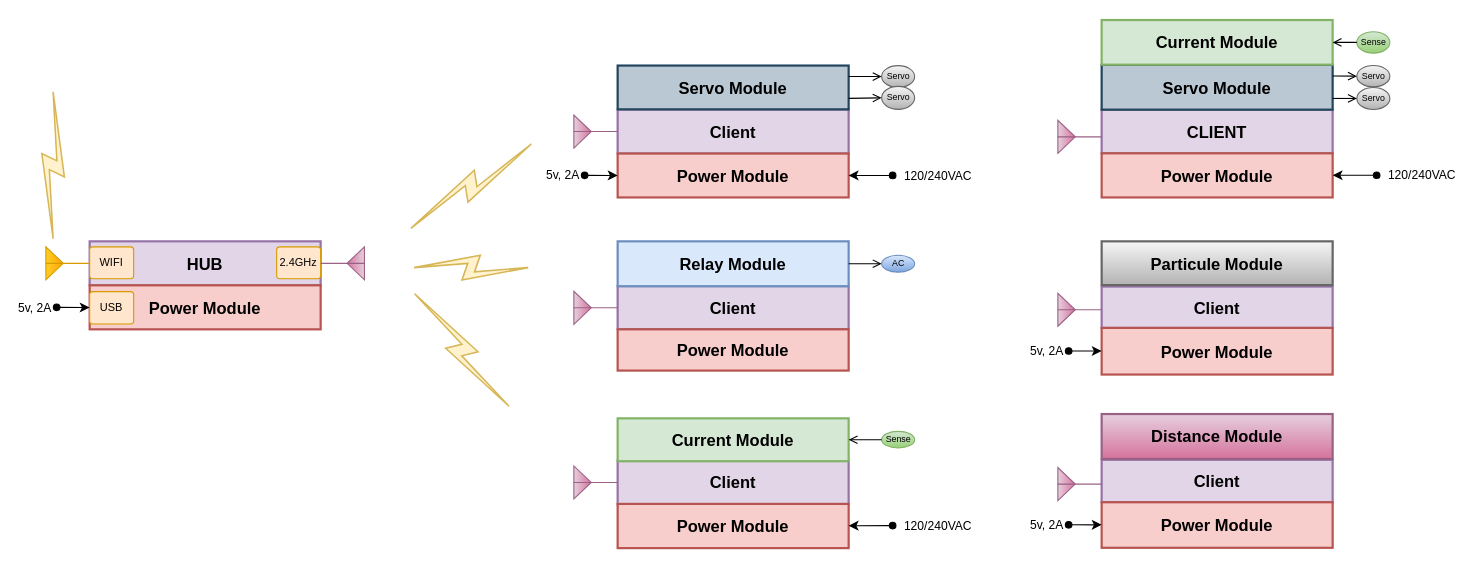
This is page "System Design" (2 of 8) of system_design.drawio from crgmakes/aquarius-design, a draw.io file, before an edit. Source tidied: cells renumbered, new cells numbered last; positions are measured from the earlier drawing's top-left corner, leaving out a move shared by most shapes. Both pictures are drawn from the tidied source at 110%, with x=0, y=0 at pixel (-21, 20).
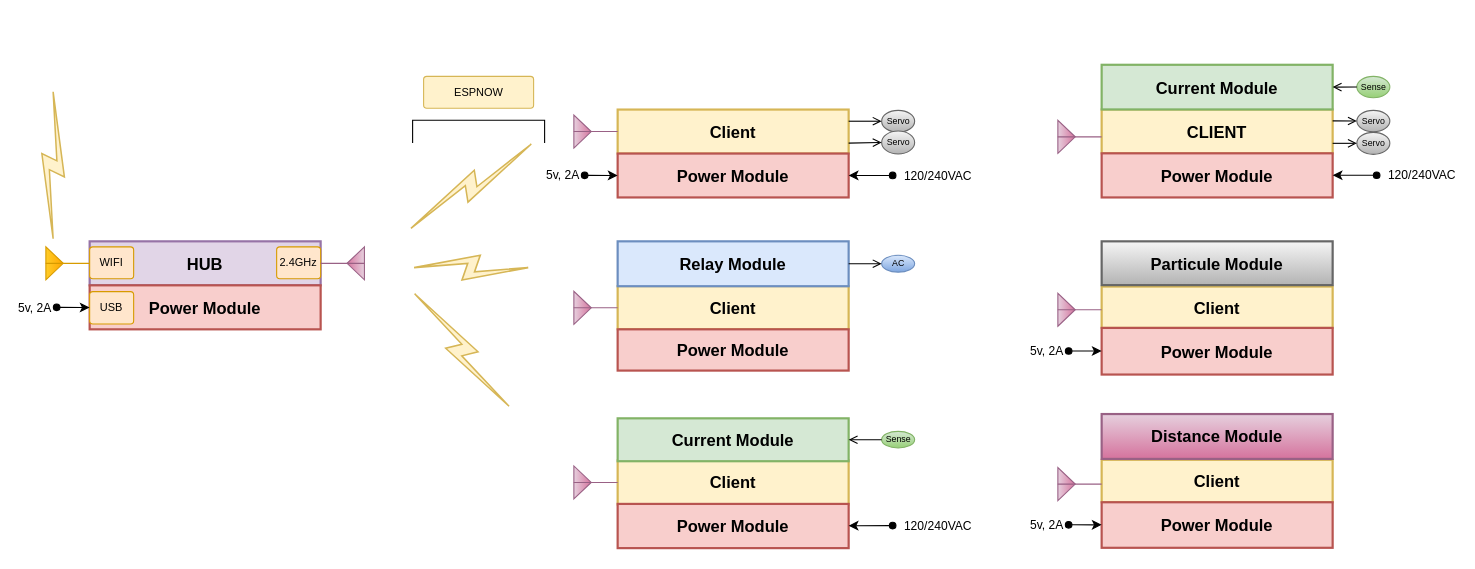
The same diagram, later.

Diff of the diagram source:
```diff
@@
-    <mxCell id="11" value="Client" style="rounded=0;whiteSpace=wrap;html=1;fillColor=#e1d5e7;strokeWidth=2;fontStyle=1;fontFamily=Caros;fontSize=15;verticalAlign=middle;strokeColor=#9673a6;" parent="1" vertex="1">
+    <mxCell id="11" value="Client" style="rounded=0;whiteSpace=wrap;html=1;fillColor=#fff2cc;strokeWidth=2;fontStyle=1;fontFamily=Caros;fontSize=15;verticalAlign=middle;strokeColor=#d6b656;" parent="1" vertex="1">
       <mxGeometry x="580" y="81.1" width="210" height="40" as="geometry" />
     </mxCell>
@@
-    <mxCell id="18" value="Servo Module" style="rounded=0;whiteSpace=wrap;html=1;fillColor=#bac8d3;strokeWidth=2;fontStyle=1;fontFamily=Caros;fontSize=15;verticalAlign=middle;strokeColor=#23445d;" parent="1" vertex="1">
-      <mxGeometry x="580" y="41.1" width="210" height="39.8" as="geometry" />
-    </mxCell>
     <mxCell id="19" value="Servo" style="ellipse;html=1;fontSize=8;fillColor=#f5f5f5;gradientColor=#b3b3b3;strokeColor=#666666;" parent="1" vertex="1">
-      <mxGeometry x="820" y="41.2" width="30" height="19.8" as="geometry" />
+      <mxGeometry x="820" y="81.8" width="30" height="19.8" as="geometry" />
     </mxCell>
-    <mxCell id="20" style="endArrow=open;html=1;rounded=0;align=center;verticalAlign=top;endFill=0;labelBackgroundColor=none;endSize=6;exitX=1;exitY=0.25;exitDx=0;exitDy=0;" parent="1" edge="1" source="18" target="19">
-      <mxGeometry relative="1" as="geometry" />
+    <mxCell id="20" style="endArrow=open;html=1;rounded=0;align=center;verticalAlign=top;endFill=0;labelBackgroundColor=none;endSize=6;exitX=1;exitY=0.25;exitDx=0;exitDy=0;" parent="1" edge="1" target="19">
+      <mxGeometry relative="1" as="geometry">
+        <mxPoint x="790" y="91.7" as="sourcePoint" />
+      </mxGeometry>
     </mxCell>
     <mxCell id="21" value="Servo" style="ellipse;html=1;fontSize=8;fillColor=#f5f5f5;gradientColor=#b3b3b3;strokeColor=#666666;" parent="1" vertex="1">
-      <mxGeometry x="820" y="60" width="30" height="20.9" as="geometry" />
+      <mxGeometry x="820" y="100.6" width="30" height="20.9" as="geometry" />
     </mxCell>
-    <mxCell id="22" style="endArrow=open;html=1;rounded=0;align=center;verticalAlign=top;endFill=0;labelBackgroundColor=none;endSize=6;exitX=1;exitY=0.75;exitDx=0;exitDy=0;" parent="1" edge="1" source="18" target="21">
-      <mxGeometry relative="1" as="geometry" />
+    <mxCell id="22" style="endArrow=open;html=1;rounded=0;align=center;verticalAlign=top;endFill=0;labelBackgroundColor=none;endSize=6;exitX=1;exitY=0.75;exitDx=0;exitDy=0;" parent="1" edge="1" target="21">
+      <mxGeometry relative="1" as="geometry">
+        <mxPoint x="790" y="111.6" as="sourcePoint" />
+      </mxGeometry>
     </mxCell>
-    <mxCell id="23" value="Client" style="rounded=0;whiteSpace=wrap;html=1;fillColor=#e1d5e7;strokeWidth=2;fontStyle=1;fontFamily=Caros;fontSize=15;verticalAlign=middle;strokeColor=#9673a6;" parent="1" vertex="1">
+    <mxCell id="23" value="Client" style="rounded=0;whiteSpace=wrap;html=1;fillColor=#fff2cc;strokeWidth=2;fontStyle=1;fontFamily=Caros;fontSize=15;verticalAlign=middle;strokeColor=#d6b656;" parent="1" vertex="1">
       <mxGeometry x="580" y="241.6" width="210" height="39.2" as="geometry" />
     </mxCell>
@@
-    <mxCell id="29" value="Client" style="rounded=0;whiteSpace=wrap;html=1;fillColor=#e1d5e7;strokeWidth=2;fontStyle=1;fontFamily=Caros;fontSize=15;verticalAlign=middle;strokeColor=#9673a6;" parent="1" vertex="1">
+    <mxCell id="29" value="Client" style="rounded=0;whiteSpace=wrap;html=1;fillColor=#fff2cc;strokeWidth=2;fontStyle=1;fontFamily=Caros;fontSize=15;verticalAlign=middle;strokeColor=#d6b656;" parent="1" vertex="1">
       <mxGeometry x="580" y="400.1" width="210" height="40" as="geometry" />
     </mxCell>
@@
-    <mxCell id="40" value="CLIENT" style="rounded=0;whiteSpace=wrap;html=1;fillColor=#e1d5e7;strokeWidth=2;fontStyle=1;fontFamily=Caros;fontSize=15;verticalAlign=middle;strokeColor=#9673a6;" parent="1" vertex="1">
+    <mxCell id="40" value="CLIENT" style="rounded=0;whiteSpace=wrap;html=1;fillColor=#fff2cc;strokeWidth=2;fontStyle=1;fontFamily=Caros;fontSize=15;verticalAlign=middle;strokeColor=#d6b656;" parent="1" vertex="1">
       <mxGeometry x="1020" y="81" width="210" height="39.9" as="geometry" />
     </mxCell>
@@
-    <mxCell id="45" value="Servo Module" style="rounded=0;whiteSpace=wrap;html=1;fillColor=#bac8d3;strokeWidth=2;fontStyle=1;fontFamily=Caros;fontSize=15;verticalAlign=middle;strokeColor=#23445d;" parent="1" vertex="1">
-      <mxGeometry x="1020" y="40.4" width="210" height="40.8" as="geometry" />
-    </mxCell>
     <mxCell id="46" value="Servo" style="ellipse;html=1;fontSize=8;fillColor=#f5f5f5;gradientColor=#b3b3b3;strokeColor=#666666;" parent="1" vertex="1">
-      <mxGeometry x="1252" y="41" width="30" height="19.5" as="geometry" />
+      <mxGeometry x="1252" y="81.8" width="30" height="19.5" as="geometry" />
     </mxCell>
-    <mxCell id="47" style="endArrow=open;html=1;rounded=0;align=center;verticalAlign=top;endFill=0;labelBackgroundColor=none;endSize=6;exitX=1;exitY=0.25;exitDx=0;exitDy=0;" parent="1" edge="1" source="45" target="46">
-      <mxGeometry relative="1" as="geometry" />
+    <mxCell id="47" style="endArrow=open;html=1;rounded=0;align=center;verticalAlign=top;endFill=0;labelBackgroundColor=none;endSize=6;exitX=1;exitY=0.25;exitDx=0;exitDy=0;" parent="1" edge="1" target="46">
+      <mxGeometry relative="1" as="geometry">
+        <mxPoint x="1230" y="91.4" as="sourcePoint" />
+      </mxGeometry>
     </mxCell>
     <mxCell id="48" value="Servo" style="ellipse;html=1;fontSize=8;fillColor=#f5f5f5;gradientColor=#b3b3b3;strokeColor=#666666;" parent="1" vertex="1">
-      <mxGeometry x="1252" y="61" width="30" height="20" as="geometry" />
+      <mxGeometry x="1252" y="101.8" width="30" height="20" as="geometry" />
     </mxCell>
-    <mxCell id="49" style="endArrow=open;html=1;rounded=0;align=center;verticalAlign=top;endFill=0;labelBackgroundColor=none;endSize=6;exitX=1;exitY=0.75;exitDx=0;exitDy=0;" parent="1" edge="1" source="45" target="48">
-      <mxGeometry relative="1" as="geometry" />
+    <mxCell id="49" style="endArrow=open;html=1;rounded=0;align=center;verticalAlign=top;endFill=0;labelBackgroundColor=none;endSize=6;exitX=1;exitY=0.75;exitDx=0;exitDy=0;" parent="1" edge="1" target="48">
+      <mxGeometry relative="1" as="geometry">
+        <mxPoint x="1230" y="111.8" as="sourcePoint" />
+      </mxGeometry>
     </mxCell>
     <mxCell id="50" value="Current Module" style="rounded=0;whiteSpace=wrap;html=1;fillColor=#d5e8d4;strokeWidth=2;fontStyle=1;fontFamily=Caros;fontSize=15;verticalAlign=middle;strokeColor=#82b366;" parent="1" vertex="1">
-      <mxGeometry x="1020" y="-0.3" width="210" height="40.6" as="geometry" />
+      <mxGeometry x="1020" y="40.4" width="210" height="40.6" as="geometry" />
     </mxCell>
     <mxCell id="51" value="Sense" style="ellipse;html=1;fontSize=8;fillColor=#d5e8d4;gradientColor=#97d077;strokeColor=#82b366;" parent="1" vertex="1">
-      <mxGeometry x="1252" y="10.3" width="30" height="19.5" as="geometry" />
+      <mxGeometry x="1252" y="50.9" width="30" height="19.5" as="geometry" />
     </mxCell>
@@
-    <mxCell id="53" value="Client" style="rounded=0;whiteSpace=wrap;html=1;fillColor=#e1d5e7;strokeWidth=2;fontStyle=1;fontFamily=Caros;fontSize=15;verticalAlign=middle;strokeColor=#9673a6;" parent="1" vertex="1">
+    <mxCell id="53" value="Client" style="rounded=0;whiteSpace=wrap;html=1;fillColor=#fff2cc;strokeWidth=2;fontStyle=1;fontFamily=Caros;fontSize=15;verticalAlign=middle;strokeColor=#d6b656;" parent="1" vertex="1">
       <mxGeometry x="1020" y="242" width="210" height="37.6" as="geometry" />
     </mxCell>
@@
-    <mxCell id="59" value="Client" style="rounded=0;whiteSpace=wrap;html=1;fillColor=#e1d5e7;strokeWidth=2;fontStyle=1;fontFamily=Caros;fontSize=15;verticalAlign=middle;strokeColor=#9673a6;" parent="1" vertex="1">
+    <mxCell id="59" value="Client" style="rounded=0;whiteSpace=wrap;html=1;fillColor=#fff2cc;strokeWidth=2;fontStyle=1;fontFamily=Caros;fontSize=15;verticalAlign=middle;strokeColor=#d6b656;" parent="1" vertex="1">
       <mxGeometry x="1020" y="399.5" width="210" height="38.6" as="geometry" />
     </mxCell>
@@
+    <mxCell id="66" value="ESPNOW" style="rounded=1;arcSize=10;whiteSpace=wrap;html=1;align=center;fillColor=#fff2cc;strokeColor=#d6b656;fontSize=10;" parent="1" vertex="1">
+      <mxGeometry x="403.6" y="50.9" width="100" height="29" as="geometry" />
+    </mxCell>
+    <mxCell id="67" style="shape=partialRectangle;whiteSpace=wrap;html=1;bottom=1;right=1;left=1;top=0;fillColor=none;routingCenterX=-0.5;rotation=-180;" parent="1" vertex="1">
+      <mxGeometry x="393.6" y="90.8" width="120" height="20.1" as="geometry" />
+    </mxCell>
```
